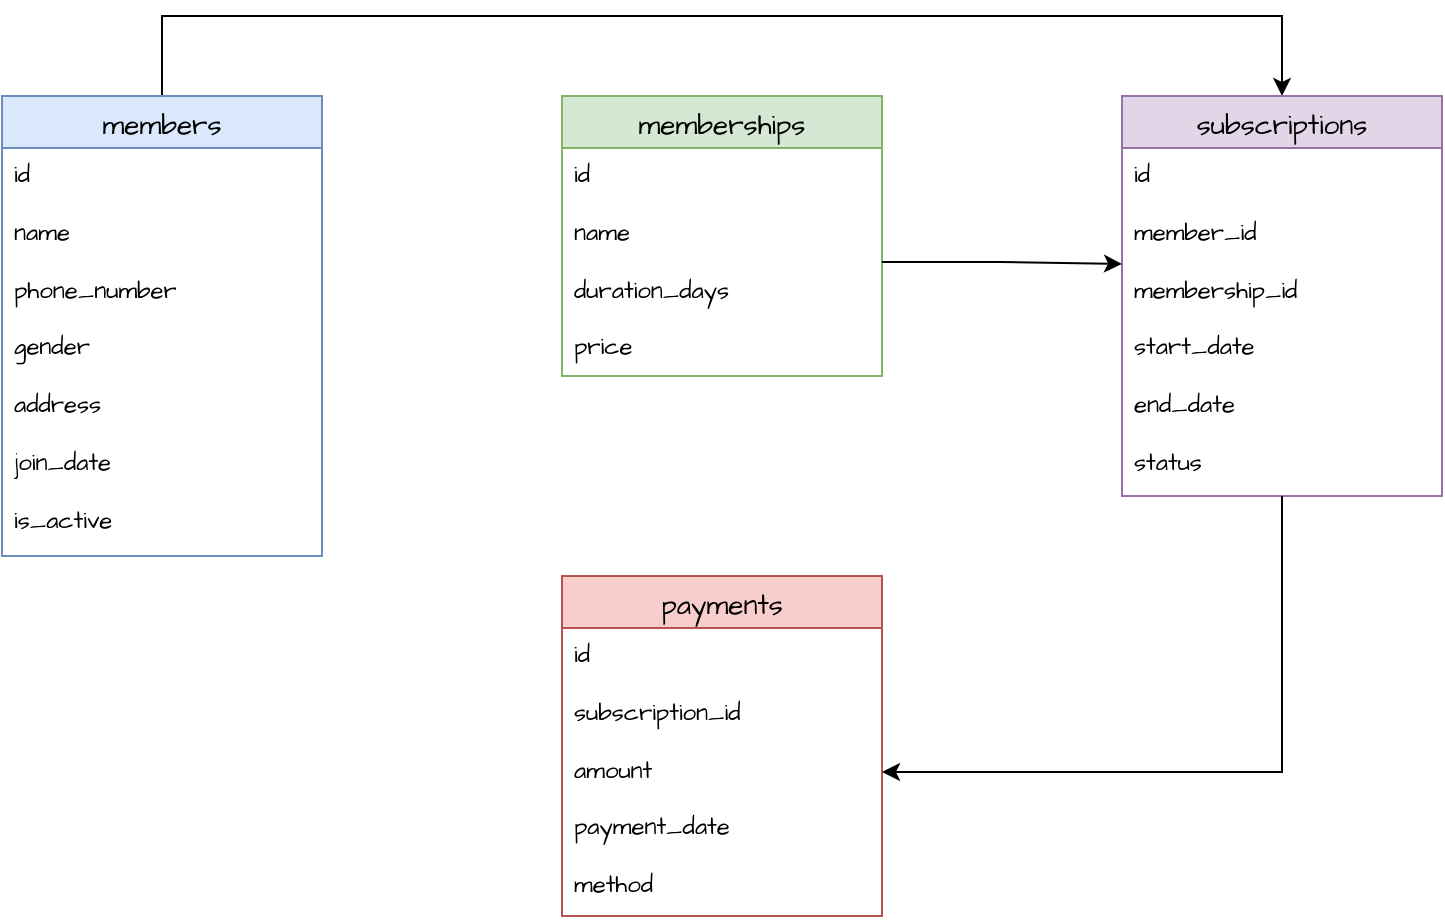
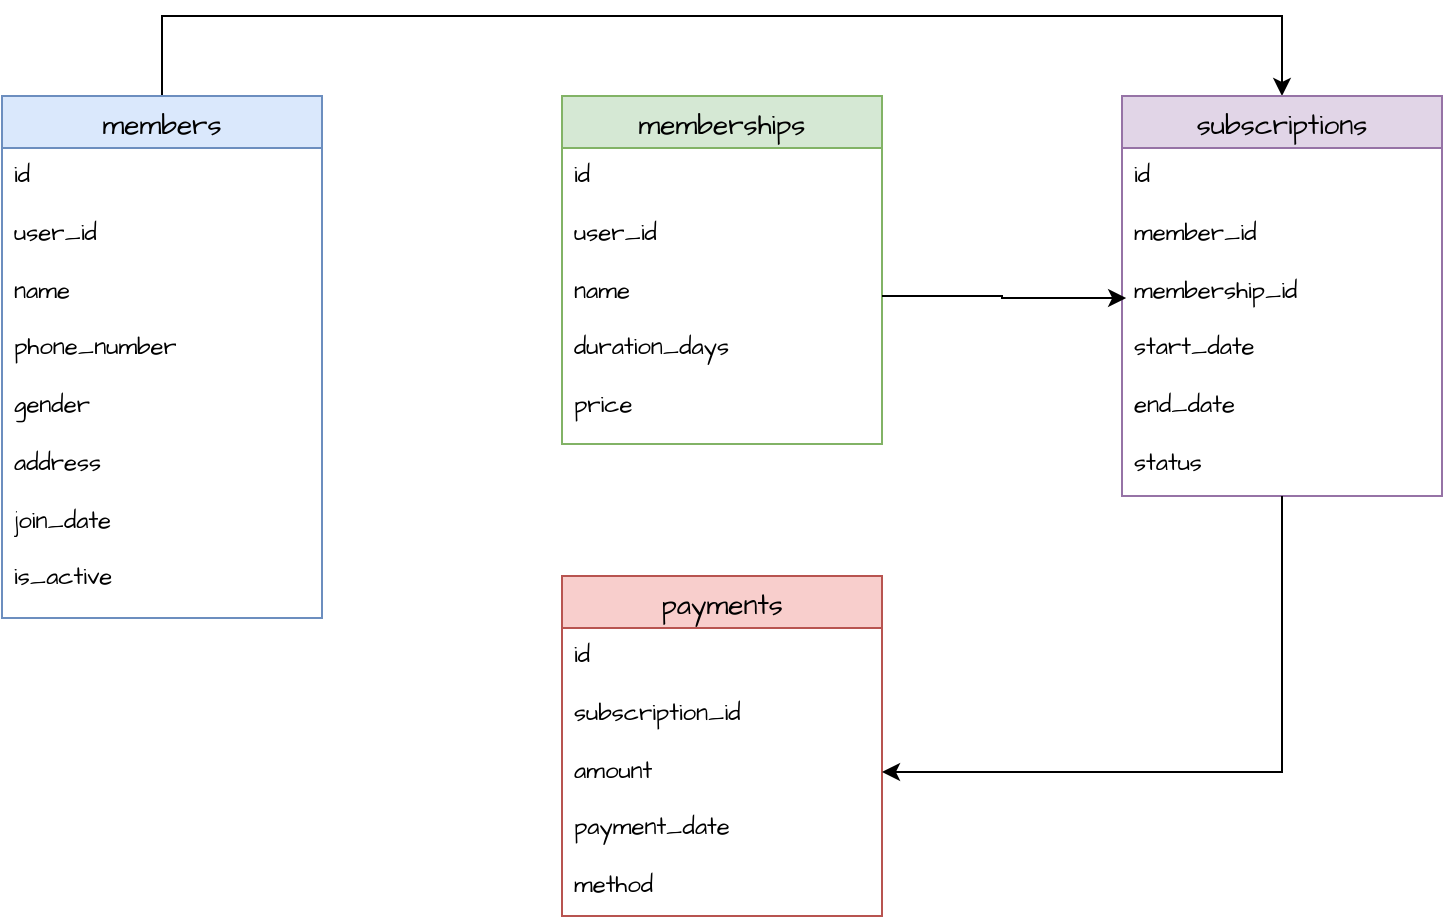
<mxfile host="Electron" agent="Mozilla/5.0 (Macintosh; Intel Mac OS X 10_15_7) AppleWebKit/537.36 (KHTML, like Gecko) draw.io/29.5.2 Chrome/142.0.7444.265 Electron/39.6.1 Safari/537.36" version="29.5.2">
  <diagram name="Page-1" id="uhjLpWPhp0rwCRXVmhmv">
    <mxGraphModel dx="796" dy="782" grid="0" gridSize="10" guides="1" tooltips="1" connect="1" arrows="1" fold="1" page="1" pageScale="1" pageWidth="827" pageHeight="1169" math="0" shadow="0">
      <root>
        <mxCell id="0" />
        <mxCell id="1" parent="0" />
        <mxCell id="dNGH-M5vZ29M4fqISnFv-25" edge="1" parent="1" source="dNGH-M5vZ29M4fqISnFv-6" style="edgeStyle=orthogonalEdgeStyle;rounded=0;hachureGap=4;orthogonalLoop=1;jettySize=auto;html=1;entryX=0.5;entryY=0;entryDx=0;entryDy=0;fontFamily=Architects Daughter;fontSource=https%3A%2F%2Ffonts.googleapis.com%2Fcss%3Ffamily%3DArchitects%2BDaughter;" target="dNGH-M5vZ29M4fqISnFv-13">
          <mxGeometry relative="1" as="geometry">
            <Array as="points">
              <mxPoint x="120" y="40" />
              <mxPoint x="680" y="40" />
            </Array>
          </mxGeometry>
        </mxCell>
        <mxCell id="dNGH-M5vZ29M4fqISnFv-6" parent="1" style="swimlane;fontStyle=0;childLayout=stackLayout;horizontal=1;startSize=26;horizontalStack=0;resizeParent=1;resizeParentMax=0;resizeLast=0;collapsible=1;marginBottom=0;align=center;fontSize=14;hachureGap=4;fontFamily=Architects Daughter;fontSource=https%3A%2F%2Ffonts.googleapis.com%2Fcss%3Ffamily%3DArchitects%2BDaughter;fillColor=#dae8fc;strokeColor=#6c8ebf;" value="members" vertex="1">
-           <mxGeometry height="230" width="160" x="40" y="80" as="geometry" />
+           <mxGeometry height="261" width="160" x="40" y="80" as="geometry" />
        </mxCell>
-         <mxCell id="dNGH-M5vZ29M4fqISnFv-7" parent="dNGH-M5vZ29M4fqISnFv-6" style="text;strokeColor=none;fillColor=none;spacingLeft=4;spacingRight=4;overflow=hidden;rotatable=0;points=[[0,0.5],[1,0.5]];portConstraint=eastwest;fontSize=12;whiteSpace=wrap;html=1;fontFamily=Architects Daughter;fontSource=https%3A%2F%2Ffonts.googleapis.com%2Fcss%3Ffamily%3DArchitects%2BDaughter;" value="id&lt;div&gt;&lt;br&gt;&lt;/div&gt;&lt;div&gt;name&lt;/div&gt;&lt;div&gt;&lt;br&gt;&lt;/div&gt;&lt;div&gt;phone_number&lt;/div&gt;&lt;div&gt;&lt;br&gt;&lt;/div&gt;&lt;div&gt;gender&lt;/div&gt;&lt;div&gt;&lt;br&gt;&lt;/div&gt;&lt;div&gt;address&lt;/div&gt;&lt;div&gt;&lt;br&gt;&lt;/div&gt;&lt;div&gt;join_date&lt;/div&gt;&lt;div&gt;&lt;br&gt;&lt;/div&gt;&lt;div&gt;is_active&lt;/div&gt;" vertex="1">
-           <mxGeometry height="204" width="160" y="26" as="geometry" />
+         <mxCell id="dNGH-M5vZ29M4fqISnFv-7" parent="dNGH-M5vZ29M4fqISnFv-6" style="text;strokeColor=none;fillColor=none;spacingLeft=4;spacingRight=4;overflow=hidden;rotatable=0;points=[[0,0.5],[1,0.5]];portConstraint=eastwest;fontSize=12;whiteSpace=wrap;html=1;fontFamily=Architects Daughter;fontSource=https%3A%2F%2Ffonts.googleapis.com%2Fcss%3Ffamily%3DArchitects%2BDaughter;" value="id&lt;div&gt;&lt;br&gt;&lt;/div&gt;&lt;div&gt;user_id&lt;br&gt;&lt;div&gt;&lt;br&gt;&lt;/div&gt;&lt;div&gt;name&lt;/div&gt;&lt;div&gt;&lt;br&gt;&lt;/div&gt;&lt;div&gt;phone_number&lt;/div&gt;&lt;div&gt;&lt;br&gt;&lt;/div&gt;&lt;div&gt;gender&lt;/div&gt;&lt;div&gt;&lt;br&gt;&lt;/div&gt;&lt;div&gt;address&lt;/div&gt;&lt;div&gt;&lt;br&gt;&lt;/div&gt;&lt;div&gt;join_date&lt;/div&gt;&lt;div&gt;&lt;br&gt;&lt;/div&gt;&lt;div&gt;is_active&lt;/div&gt;&lt;/div&gt;" vertex="1">
+           <mxGeometry height="235" width="160" y="26" as="geometry" />
        </mxCell>
        <mxCell id="dNGH-M5vZ29M4fqISnFv-11" parent="1" style="swimlane;fontStyle=0;childLayout=stackLayout;horizontal=1;startSize=26;horizontalStack=0;resizeParent=1;resizeParentMax=0;resizeLast=0;collapsible=1;marginBottom=0;align=center;fontSize=14;hachureGap=4;fontFamily=Architects Daughter;fontSource=https%3A%2F%2Ffonts.googleapis.com%2Fcss%3Ffamily%3DArchitects%2BDaughter;fillColor=#d5e8d4;strokeColor=#82b366;" value="memberships" vertex="1">
-           <mxGeometry height="140" width="160" x="320" y="80" as="geometry" />
+           <mxGeometry height="174" width="160" x="320" y="80" as="geometry" />
        </mxCell>
-         <mxCell id="dNGH-M5vZ29M4fqISnFv-12" parent="dNGH-M5vZ29M4fqISnFv-11" style="text;strokeColor=none;fillColor=none;spacingLeft=4;spacingRight=4;overflow=hidden;rotatable=0;points=[[0,0.5],[1,0.5]];portConstraint=eastwest;fontSize=12;whiteSpace=wrap;html=1;fontFamily=Architects Daughter;fontSource=https%3A%2F%2Ffonts.googleapis.com%2Fcss%3Ffamily%3DArchitects%2BDaughter;" value="id&lt;div&gt;&lt;br&gt;&lt;/div&gt;&lt;div&gt;name&lt;/div&gt;&lt;div&gt;&lt;br&gt;&lt;/div&gt;&lt;div&gt;duration_days&lt;/div&gt;&lt;div&gt;&lt;br&gt;&lt;/div&gt;&lt;div&gt;price&lt;/div&gt;" vertex="1">
-           <mxGeometry height="114" width="160" y="26" as="geometry" />
+         <mxCell id="dNGH-M5vZ29M4fqISnFv-12" parent="dNGH-M5vZ29M4fqISnFv-11" style="text;strokeColor=none;fillColor=none;spacingLeft=4;spacingRight=4;overflow=hidden;rotatable=0;points=[[0,0.5],[1,0.5]];portConstraint=eastwest;fontSize=12;whiteSpace=wrap;html=1;fontFamily=Architects Daughter;fontSource=https%3A%2F%2Ffonts.googleapis.com%2Fcss%3Ffamily%3DArchitects%2BDaughter;" value="id&lt;div&gt;&lt;br&gt;&lt;/div&gt;&lt;div&gt;user_id&lt;br&gt;&lt;div&gt;&lt;br&gt;&lt;/div&gt;&lt;div&gt;name&lt;/div&gt;&lt;div&gt;&lt;br&gt;&lt;/div&gt;&lt;div&gt;duration_days&lt;/div&gt;&lt;div&gt;&lt;br&gt;&lt;/div&gt;&lt;div&gt;price&lt;/div&gt;&lt;/div&gt;" vertex="1">
+           <mxGeometry height="148" width="160" y="26" as="geometry" />
        </mxCell>
        <mxCell id="dNGH-M5vZ29M4fqISnFv-13" parent="1" style="swimlane;fontStyle=0;childLayout=stackLayout;horizontal=1;startSize=26;horizontalStack=0;resizeParent=1;resizeParentMax=0;resizeLast=0;collapsible=1;marginBottom=0;align=center;fontSize=14;hachureGap=4;fontFamily=Architects Daughter;fontSource=https%3A%2F%2Ffonts.googleapis.com%2Fcss%3Ffamily%3DArchitects%2BDaughter;fillColor=#e1d5e7;strokeColor=#9673a6;" value="subscriptions" vertex="1">
          <mxGeometry height="200" width="160" x="600" y="80" as="geometry" />
        </mxCell>
        <mxCell id="dNGH-M5vZ29M4fqISnFv-14" parent="dNGH-M5vZ29M4fqISnFv-13" style="text;strokeColor=none;fillColor=none;spacingLeft=4;spacingRight=4;overflow=hidden;rotatable=0;points=[[0,0.5],[1,0.5]];portConstraint=eastwest;fontSize=12;whiteSpace=wrap;html=1;fontFamily=Architects Daughter;fontSource=https%3A%2F%2Ffonts.googleapis.com%2Fcss%3Ffamily%3DArchitects%2BDaughter;" value="id&lt;div&gt;&lt;br&gt;&lt;/div&gt;&lt;div&gt;member_id&lt;/div&gt;&lt;div&gt;&lt;br&gt;&lt;/div&gt;&lt;div&gt;membership_id&lt;/div&gt;&lt;div&gt;&lt;br&gt;&lt;/div&gt;&lt;div&gt;start_date&lt;/div&gt;&lt;div&gt;&lt;br&gt;&lt;/div&gt;&lt;div&gt;end_date&lt;/div&gt;&lt;div&gt;&lt;br&gt;&lt;/div&gt;&lt;div&gt;status&lt;/div&gt;" vertex="1">
          <mxGeometry height="174" width="160" y="26" as="geometry" />
        </mxCell>
        <mxCell id="dNGH-M5vZ29M4fqISnFv-19" parent="1" style="swimlane;fontStyle=0;childLayout=stackLayout;horizontal=1;startSize=26;horizontalStack=0;resizeParent=1;resizeParentMax=0;resizeLast=0;collapsible=1;marginBottom=0;align=center;fontSize=14;hachureGap=4;fontFamily=Architects Daughter;fontSource=https%3A%2F%2Ffonts.googleapis.com%2Fcss%3Ffamily%3DArchitects%2BDaughter;fillColor=#f8cecc;strokeColor=#b85450;rounded=0;" value="payments" vertex="1">
          <mxGeometry height="170" width="160" x="320" y="320" as="geometry" />
        </mxCell>
        <mxCell id="dNGH-M5vZ29M4fqISnFv-20" parent="dNGH-M5vZ29M4fqISnFv-19" style="text;strokeColor=none;fillColor=none;spacingLeft=4;spacingRight=4;overflow=hidden;rotatable=0;points=[[0,0.5],[1,0.5]];portConstraint=eastwest;fontSize=12;whiteSpace=wrap;html=1;fontFamily=Architects Daughter;fontSource=https%3A%2F%2Ffonts.googleapis.com%2Fcss%3Ffamily%3DArchitects%2BDaughter;" value="id&lt;div&gt;&lt;br&gt;&lt;/div&gt;&lt;div&gt;subscription_id&lt;/div&gt;&lt;div&gt;&lt;br&gt;&lt;/div&gt;&lt;div&gt;amount&lt;/div&gt;&lt;div&gt;&lt;br&gt;&lt;/div&gt;&lt;div&gt;payment_date&lt;/div&gt;&lt;div&gt;&lt;br&gt;&lt;/div&gt;&lt;div&gt;method&lt;/div&gt;" vertex="1">
          <mxGeometry height="144" width="160" y="26" as="geometry" />
        </mxCell>
-         <mxCell id="dNGH-M5vZ29M4fqISnFv-23" edge="1" parent="1" source="dNGH-M5vZ29M4fqISnFv-12" style="edgeStyle=orthogonalEdgeStyle;rounded=0;hachureGap=4;orthogonalLoop=1;jettySize=auto;html=1;entryX=0;entryY=0.333;entryDx=0;entryDy=0;entryPerimeter=0;fontFamily=Architects Daughter;fontSource=https%3A%2F%2Ffonts.googleapis.com%2Fcss%3Ffamily%3DArchitects%2BDaughter;" target="dNGH-M5vZ29M4fqISnFv-14">
-           <mxGeometry relative="1" as="geometry" />
-         </mxCell>
        <mxCell id="7WWRQ_pWf87_AU3GjKvm-1" edge="1" parent="1" source="dNGH-M5vZ29M4fqISnFv-14" style="edgeStyle=orthogonalEdgeStyle;rounded=0;orthogonalLoop=1;jettySize=auto;html=1;entryX=1;entryY=0.5;entryDx=0;entryDy=0;" target="dNGH-M5vZ29M4fqISnFv-20">
          <mxGeometry relative="1" as="geometry">
            <Array as="points">
              <mxPoint x="680" y="418" />
            </Array>
          </mxGeometry>
        </mxCell>
+         <mxCell id="qG6yhU5z9xF_ObyHKDLp-2" edge="1" parent="1" source="dNGH-M5vZ29M4fqISnFv-12" style="edgeStyle=orthogonalEdgeStyle;rounded=0;orthogonalLoop=1;jettySize=auto;html=1;entryX=0.013;entryY=0.431;entryDx=0;entryDy=0;entryPerimeter=0;" target="dNGH-M5vZ29M4fqISnFv-14">
+           <mxGeometry relative="1" as="geometry" />
+         </mxCell>
      </root>
    </mxGraphModel>
  </diagram>
</mxfile>
